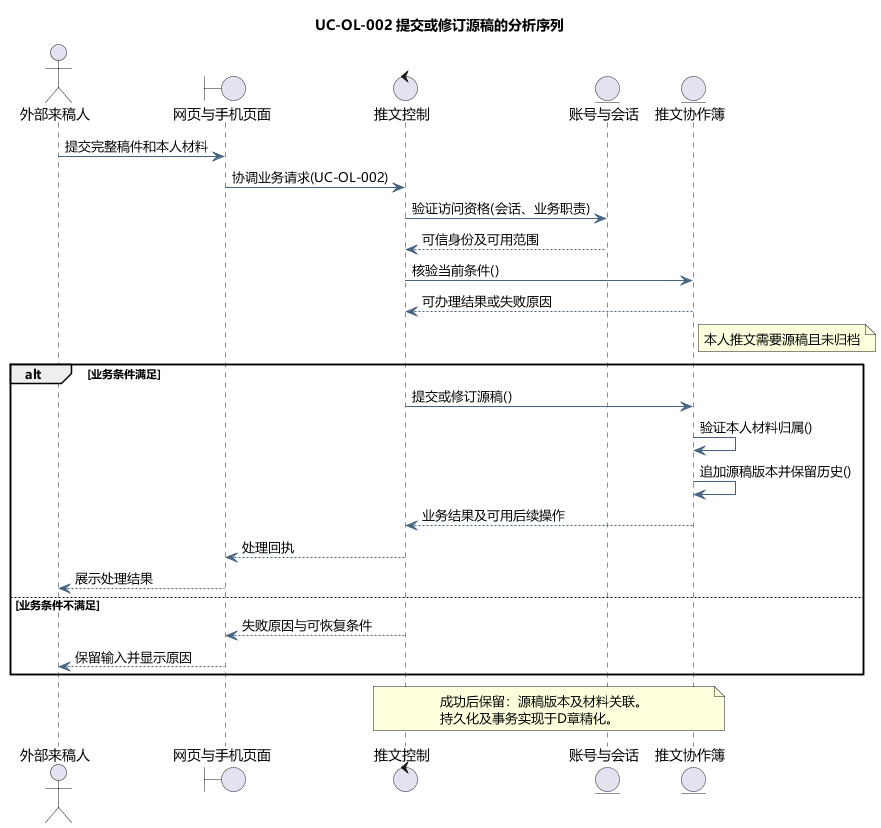
Above: docs/diagrams/analysis/seq-uc-ol-002.png in tccc1csu/miniprogram-csu (PlantUML), before the change.
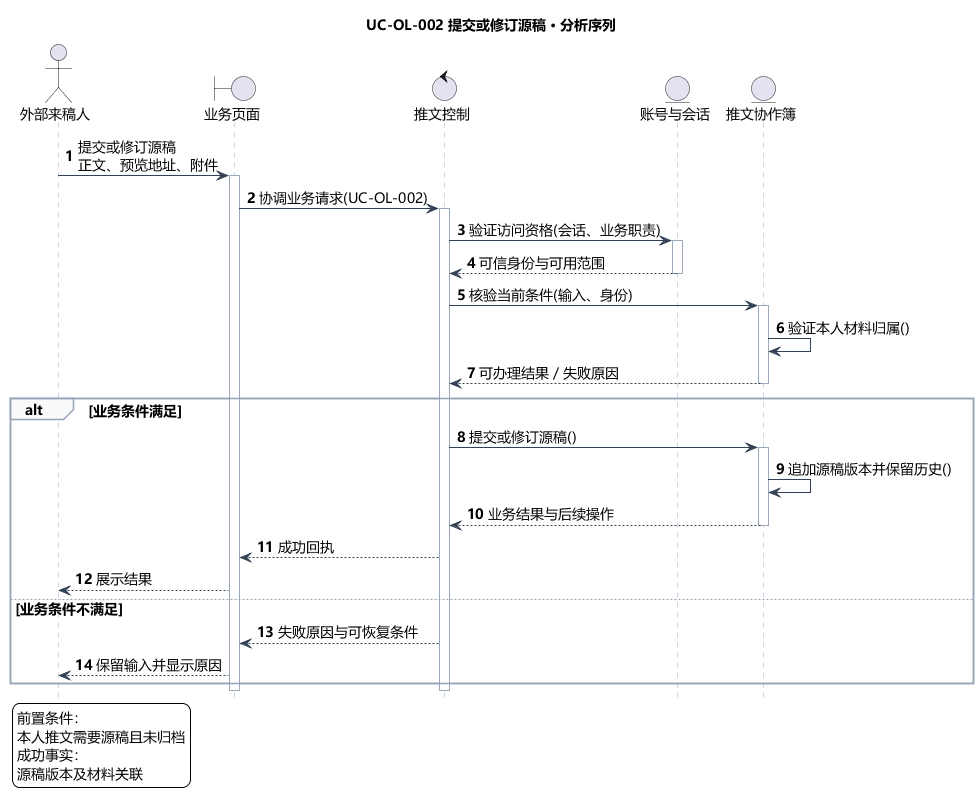
The same diagram one commit later.

Change to the diagram source:
```diff
@@ -5,35 +5,53 @@
 skinparam ArrowColor #466482
 skinparam classAttributeIconSize 0
 hide empty members
-title UC-OL-002 提交或修订源稿的分析序列
+skinparam defaultFontSize 14
+skinparam sequenceLifeLineBorderColor #9AA8B8
+skinparam sequenceArrowColor #334155
+skinparam sequenceGroupBorderColor #94A3B8
+skinparam sequenceGroupBackgroundColor #F8FAFC
+skinparam sequenceParticipantPadding 18
+skinparam maxMessageSize 240
+hide footbox
+autonumber
+title UC-OL-002 提交或修订源稿 · 分析序列
 actor "外部来稿人" as actor
-boundary "网页与手机页面" as page
+boundary "业务页面" as page
 control "推文控制" as ctl
 entity "账号与会话" as identity
 entity "推文协作簿" as model
-actor -> page : 提交完整稿件和本人材料
+actor -> page : 提交或修订源稿\n正文、预览地址、附件
+activate page
 page -> ctl : 协调业务请求(UC-OL-002)
+activate ctl
 ctl -> identity : 验证访问资格(会话、业务职责)
-identity --> ctl : 可信身份及可用范围
-ctl -> model : 核验当前条件()
-model --> ctl : 可办理结果或失败原因
-note right of model
-本人推文需要源稿且未归档
-end note
+activate identity
+identity --> ctl : 可信身份与可用范围
+deactivate identity
+ctl -> model : 核验当前条件(输入、身份)
+activate model
+model -> model : 验证本人材料归属()
+model --> ctl : 可办理结果／失败原因
+deactivate model
 alt 业务条件满足
 ctl -> model : 提交或修订源稿()
-model -> model : 验证本人材料归属()
+activate model
 model -> model : 追加源稿版本并保留历史()
-model --> ctl : 业务结果及可用后续操作
-ctl --> page : 处理回执
-page --> actor : 展示处理结果
+model --> ctl : 业务结果与后续操作
+deactivate model
+ctl --> page : 成功回执
+page --> actor : 展示结果
 else 业务条件不满足
 ctl --> page : 失败原因与可恢复条件
 page --> actor : 保留输入并显示原因
 end
-note over ctl,model
-成功后保留：源稿版本及材料关联。
-持久化及事务实现于D章精化。
-end note
+deactivate ctl
+deactivate page
+legend bottom left
+前置条件：
+本人推文需要源稿且未归档
+成功事实：
+源稿版本及材料关联
+endlegend
 
 @enduml
```
